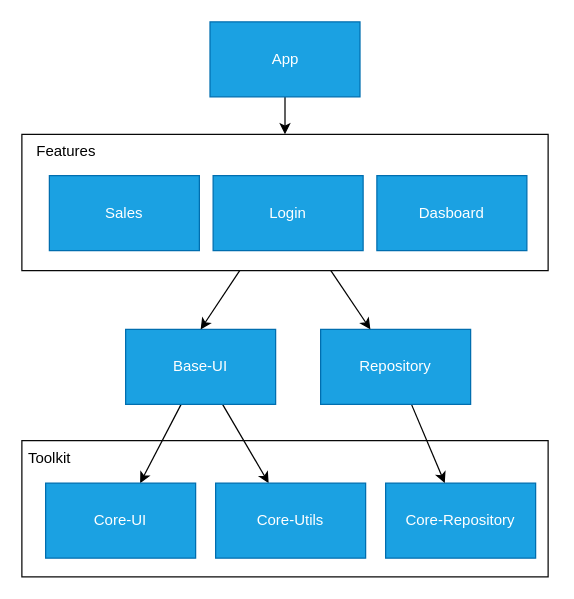
The draw.io diagram overview.drawio in vald3nir/Android-Water-Delivery, before the edit. Source tidied: cells renumbered, new cells numbered last; positions are measured from the earlier drawing's top-left corner, leaving out a move shared by most shapes. Both pictures are drawn from the tidied source at 125%, with x=0, y=0 at pixel (21, 21).
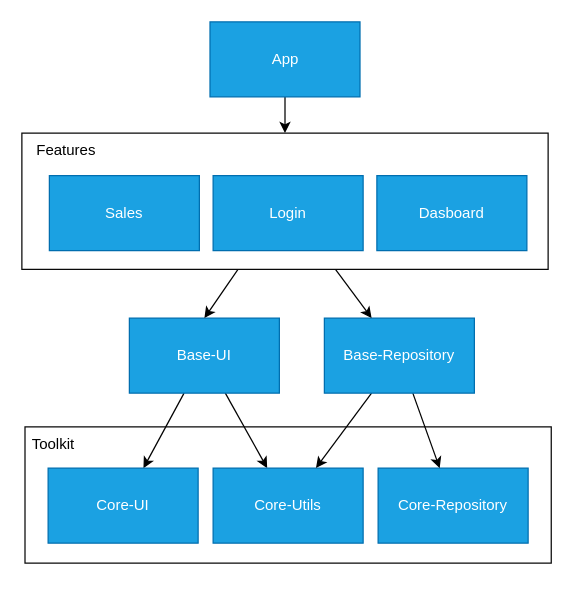
The same diagram, later.

The edit, as a diff of the source:
```diff
@@
 <mxGraphModel background="#ffffff">
   <root>
     <mxCell id="0" />
     <mxCell id="1" parent="0" />
     <mxCell id="2" style="edgeStyle=none;html=1;labelBackgroundColor=#000000;fontColor=#000000;strokeColor=#000000;" parent="1" edge="1" source="3" target="18">
       <mxGeometry relative="1" as="geometry" />
     </mxCell>
     <mxCell id="3" value="App" style="rounded=0;whiteSpace=wrap;html=1;fillColor=#1ba1e2;fontColor=#ffffff;strokeColor=#006EAF;" parent="1" vertex="1">
       <mxGeometry x="150.5" width="120" height="60" as="geometry" />
     </mxCell>
     <mxCell id="4" style="edgeStyle=none;html=1;labelBackgroundColor=#000000;fontColor=#000000;strokeColor=#000000;" parent="1" edge="1" source="6" target="10">
       <mxGeometry relative="1" as="geometry" />
     </mxCell>
     <mxCell id="5" style="edgeStyle=none;html=1;labelBackgroundColor=#000000;fontColor=#000000;strokeColor=#000000;" parent="1" edge="1" source="6" target="9">
       <mxGeometry relative="1" as="geometry" />
     </mxCell>
     <mxCell id="6" value="Base-UI" style="rounded=0;whiteSpace=wrap;html=1;fillColor=#1ba1e2;fontColor=#ffffff;strokeColor=#006EAF;" parent="1" vertex="1">
-      <mxGeometry x="83" y="246" width="120" height="60" as="geometry" />
+      <mxGeometry x="86" y="237" width="120" height="60" as="geometry" />
     </mxCell>
     <mxCell id="7" style="edgeStyle=none;html=1;entryX=0.5;entryY=0;entryDx=0;entryDy=0;labelBackgroundColor=#000000;fontColor=#000000;strokeColor=#000000;" parent="1" edge="1" source="18" target="6">
       <mxGeometry relative="1" as="geometry" />
     </mxCell>
     <mxCell id="8" value="Core-Repository" style="rounded=0;whiteSpace=wrap;html=1;fillColor=#1ba1e2;fontColor=#ffffff;strokeColor=#006EAF;" parent="1" vertex="1">
-      <mxGeometry x="291" y="369" width="120" height="60" as="geometry" />
+      <mxGeometry x="285" y="357" width="120" height="60" as="geometry" />
     </mxCell>
     <mxCell id="9" value="Core-Utils" style="rounded=0;whiteSpace=wrap;html=1;fillColor=#1ba1e2;fontColor=#ffffff;strokeColor=#006EAF;" parent="1" vertex="1">
-      <mxGeometry x="155" y="369" width="120" height="60" as="geometry" />
+      <mxGeometry x="153" y="357" width="120" height="60" as="geometry" />
     </mxCell>
     <mxCell id="10" value="Core-UI" style="rounded=0;whiteSpace=wrap;html=1;fillColor=#1ba1e2;fontColor=#ffffff;strokeColor=#006EAF;" parent="1" vertex="1">
-      <mxGeometry x="19" y="369" width="120" height="60" as="geometry" />
+      <mxGeometry x="21" y="357" width="120" height="60" as="geometry" />
     </mxCell>
     <mxCell id="11" value="&lt;font color=&quot;#000000&quot;&gt;&amp;nbsp;Toolkit&lt;/font&gt;" style="rounded=0;whiteSpace=wrap;html=1;fillColor=none;strokeColor=#080808;align=left;verticalAlign=top;" parent="1" vertex="1">
-      <mxGeometry y="335" width="421" height="109" as="geometry" />
+      <mxGeometry x="2.5" y="324" width="421" height="109" as="geometry" />
     </mxCell>
     <mxCell id="12" style="edgeStyle=none;html=1;labelBackgroundColor=#000000;fontColor=#000000;strokeColor=#000000;" parent="1" edge="1" source="13" target="8">
       <mxGeometry relative="1" as="geometry" />
     </mxCell>
+    <mxCell id="19" style="edgeStyle=none;html=1;strokeColor=#000000;" parent="1" edge="1" source="13" target="9">
+      <mxGeometry relative="1" as="geometry" />
+    </mxCell>
-    <mxCell id="13" value="Repository" style="rounded=0;whiteSpace=wrap;html=1;fillColor=#1ba1e2;fontColor=#ffffff;strokeColor=#006EAF;" parent="1" vertex="1">
-      <mxGeometry x="239" y="246" width="120" height="60" as="geometry" />
+    <mxCell id="13" value="Base-Repository" style="rounded=0;whiteSpace=wrap;html=1;fillColor=#1ba1e2;fontColor=#ffffff;strokeColor=#006EAF;" parent="1" vertex="1">
+      <mxGeometry x="242" y="237" width="120" height="60" as="geometry" />
     </mxCell>
     <mxCell id="14" style="edgeStyle=none;html=1;labelBackgroundColor=#000000;fontColor=#000000;strokeColor=#000000;" parent="1" edge="1" source="18" target="13">
       <mxGeometry relative="1" as="geometry" />
     </mxCell>
     <mxCell id="15" value="Login" style="rounded=0;whiteSpace=wrap;html=1;fillColor=#1ba1e2;fontColor=#ffffff;strokeColor=#006EAF;" parent="1" vertex="1">
       <mxGeometry x="153" y="123" width="120" height="60" as="geometry" />
     </mxCell>
     <mxCell id="16" value="Dasboard" style="rounded=0;whiteSpace=wrap;html=1;fillColor=#1ba1e2;fontColor=#ffffff;strokeColor=#006EAF;" parent="1" vertex="1">
       <mxGeometry x="284" y="123" width="120" height="60" as="geometry" />
     </mxCell>
     <mxCell id="17" value="Sales" style="rounded=0;whiteSpace=wrap;html=1;fillColor=#1ba1e2;fontColor=#ffffff;strokeColor=#006EAF;" parent="1" vertex="1">
       <mxGeometry x="22" y="123" width="120" height="60" as="geometry" />
     </mxCell>
     <mxCell id="18" value="&lt;font color=&quot;#000000&quot;&gt;&amp;nbsp; &amp;nbsp;Features&lt;/font&gt;" style="rounded=0;whiteSpace=wrap;html=1;fillColor=none;strokeColor=#080808;align=left;verticalAlign=top;" parent="1" vertex="1">
-      <mxGeometry y="90" width="421" height="109" as="geometry" />
+      <mxGeometry y="89" width="421" height="109" as="geometry" />
     </mxCell>
   </root>
 </mxGraphModel>
```
